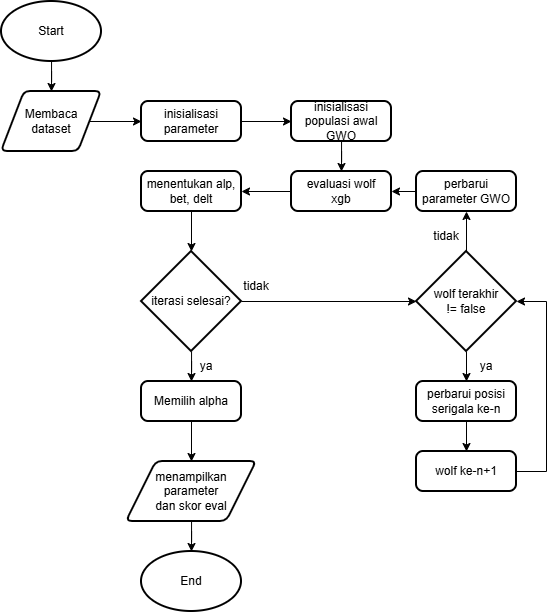
Above: flowchart/flowchart.png in Codex2142/GWO-Parameter-Optimization (draw.io), before the change. Source tidied: cells renumbered, new cells last; positions are measured from the earlier drawing's top-left corner, leaving out a move shared by most shapes.
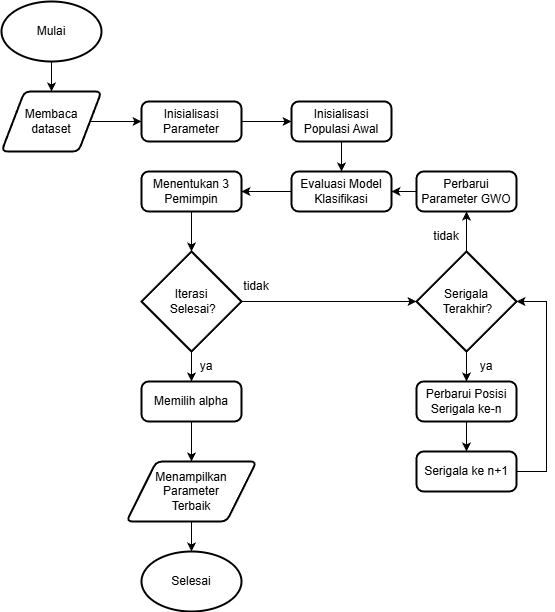
The same file after the commit.

Change to the diagram source:
```diff
@@ -5,7 +5,7 @@
     <mxCell id="2" style="edgeStyle=orthogonalEdgeStyle;rounded=0;jettySize=auto;html=1;entryX=0.5;entryY=0;entryDx=0;entryDy=0;" parent="1" edge="1" source="3" target="5">
       <mxGeometry relative="1" as="geometry" />
     </mxCell>
-    <mxCell id="3" value="Start" style="strokeWidth=2;html=1;shape=mxgraph.flowchart.start_1;whiteSpace=wrap;" parent="1" vertex="1">
+    <mxCell id="3" value="Mulai" style="strokeWidth=2;html=1;shape=mxgraph.flowchart.start_1;whiteSpace=wrap;" parent="1" vertex="1">
       <mxGeometry width="100" height="60" as="geometry" />
     </mxCell>
     <mxCell id="4" style="edgeStyle=orthogonalEdgeStyle;rounded=0;jettySize=auto;html=1;entryX=0;entryY=0.5;entryDx=0;entryDy=0;" parent="1" edge="1" source="5" target="7">
@@ -17,28 +17,28 @@
     <mxCell id="6" style="edgeStyle=orthogonalEdgeStyle;rounded=0;jettySize=auto;html=1;entryX=0;entryY=0.5;entryDx=0;entryDy=0;" parent="1" edge="1" source="7" target="9">
       <mxGeometry relative="1" as="geometry" />
     </mxCell>
-    <mxCell id="7" value="inisialisasi parameter" style="rounded=1;whiteSpace=wrap;html=1;absoluteArcSize=1;arcSize=14;strokeWidth=2;" parent="1" vertex="1">
+    <mxCell id="7" value="Inisialisasi Parameter" style="rounded=1;whiteSpace=wrap;html=1;absoluteArcSize=1;arcSize=14;strokeWidth=2;" parent="1" vertex="1">
       <mxGeometry x="140" y="100" width="100" height="40" as="geometry" />
     </mxCell>
     <mxCell id="8" style="edgeStyle=orthogonalEdgeStyle;rounded=0;jettySize=auto;html=1;entryX=0.5;entryY=0;entryDx=0;entryDy=0;" parent="1" edge="1" source="9" target="11">
       <mxGeometry relative="1" as="geometry" />
     </mxCell>
-    <mxCell id="9" value="inisialisasi populasi awal GWO" style="rounded=1;whiteSpace=wrap;html=1;absoluteArcSize=1;arcSize=14;strokeWidth=2;" parent="1" vertex="1">
+    <mxCell id="9" value="Inisialisasi Populasi Awal" style="rounded=1;whiteSpace=wrap;html=1;absoluteArcSize=1;arcSize=14;strokeWidth=2;" parent="1" vertex="1">
       <mxGeometry x="290" y="100" width="100" height="40" as="geometry" />
     </mxCell>
     <mxCell id="10" style="edgeStyle=orthogonalEdgeStyle;rounded=0;jettySize=auto;html=1;entryX=1;entryY=0.5;entryDx=0;entryDy=0;" parent="1" edge="1" source="11" target="12">
       <mxGeometry relative="1" as="geometry" />
     </mxCell>
-    <mxCell id="11" value="evaluasi wolf&lt;div&gt;xgb&lt;/div&gt;" style="rounded=1;whiteSpace=wrap;html=1;absoluteArcSize=1;arcSize=14;strokeWidth=2;" parent="1" vertex="1">
+    <mxCell id="11" value="Evaluasi Model Klasifikasi" style="rounded=1;whiteSpace=wrap;html=1;absoluteArcSize=1;arcSize=14;strokeWidth=2;" parent="1" vertex="1">
       <mxGeometry x="290" y="170" width="100" height="40" as="geometry" />
     </mxCell>
-    <mxCell id="12" value="menentukan alp, bet, delt" style="rounded=1;whiteSpace=wrap;html=1;absoluteArcSize=1;arcSize=14;strokeWidth=2;" parent="1" vertex="1">
+    <mxCell id="12" value="Menentukan 3 Pemimpin" style="rounded=1;whiteSpace=wrap;html=1;absoluteArcSize=1;arcSize=14;strokeWidth=2;" parent="1" vertex="1">
       <mxGeometry x="140" y="170" width="100" height="40" as="geometry" />
     </mxCell>
     <mxCell id="13" style="edgeStyle=orthogonalEdgeStyle;rounded=0;jettySize=auto;html=1;entryX=0.5;entryY=0;entryDx=0;entryDy=0;" parent="1" edge="1" source="14" target="17">
       <mxGeometry relative="1" as="geometry" />
     </mxCell>
-    <mxCell id="14" value="iterasi selesai?" style="strokeWidth=2;html=1;shape=mxgraph.flowchart.decision;whiteSpace=wrap;" parent="1" vertex="1">
+    <mxCell id="14" value="Iterasi&lt;div&gt;&amp;nbsp;Selesai?&lt;/div&gt;" style="strokeWidth=2;html=1;shape=mxgraph.flowchart.decision;whiteSpace=wrap;" parent="1" vertex="1">
       <mxGeometry x="140" y="250" width="100" height="100" as="geometry" />
     </mxCell>
     <mxCell id="15" style="edgeStyle=orthogonalEdgeStyle;rounded=0;jettySize=auto;html=1;entryX=0.5;entryY=0;entryDx=0;entryDy=0;entryPerimeter=0;" parent="1" edge="1" source="12" target="14">
@@ -50,7 +50,7 @@
     <mxCell id="17" value="Memilih alpha" style="rounded=1;whiteSpace=wrap;html=1;absoluteArcSize=1;arcSize=14;strokeWidth=2;" parent="1" vertex="1">
       <mxGeometry x="140" y="380" width="100" height="40" as="geometry" />
     </mxCell>
-    <mxCell id="18" value="menampilkan&lt;div&gt;parameter&lt;/div&gt;&lt;div&gt;dan skor eval&lt;/div&gt;" style="shape=parallelogram;html=1;strokeWidth=2;perimeter=parallelogramPerimeter;whiteSpace=wrap;rounded=1;arcSize=12;size=0.23;" parent="1" vertex="1">
+    <mxCell id="18" value="Menampilkan&lt;div&gt;Parameter&lt;/div&gt;&lt;div&gt;Terbaik&lt;/div&gt;" style="shape=parallelogram;html=1;strokeWidth=2;perimeter=parallelogramPerimeter;whiteSpace=wrap;rounded=1;arcSize=12;size=0.23;" parent="1" vertex="1">
       <mxGeometry x="125" y="460" width="130" height="60" as="geometry" />
     </mxCell>
     <mxCell id="19" style="edgeStyle=orthogonalEdgeStyle;rounded=0;jettySize=auto;html=1;entryX=0.5;entryY=0;entryDx=0;entryDy=0;" parent="1" edge="1" source="21" target="23">
@@ -59,25 +59,25 @@
     <mxCell id="20" style="edgeStyle=orthogonalEdgeStyle;rounded=0;jettySize=auto;html=1;entryX=0.5;entryY=1;entryDx=0;entryDy=0;" parent="1" edge="1" source="21" target="25">
       <mxGeometry relative="1" as="geometry" />
     </mxCell>
-    <mxCell id="21" value="wolf terakhir&lt;div&gt;!= false&lt;/div&gt;" style="strokeWidth=2;html=1;shape=mxgraph.flowchart.decision;whiteSpace=wrap;" parent="1" vertex="1">
+    <mxCell id="21" value="Serigala&lt;div&gt;&amp;nbsp;Terakhir?&lt;/div&gt;" style="strokeWidth=2;html=1;shape=mxgraph.flowchart.decision;whiteSpace=wrap;" parent="1" vertex="1">
       <mxGeometry x="415" y="250" width="100" height="100" as="geometry" />
     </mxCell>
     <mxCell id="22" style="edgeStyle=orthogonalEdgeStyle;rounded=0;jettySize=auto;html=1;entryX=0.5;entryY=0;entryDx=0;entryDy=0;" parent="1" edge="1" source="23" target="27">
       <mxGeometry relative="1" as="geometry" />
     </mxCell>
-    <mxCell id="23" value="perbarui posisi serigala ke-n" style="rounded=1;whiteSpace=wrap;html=1;absoluteArcSize=1;arcSize=14;strokeWidth=2;" parent="1" vertex="1">
+    <mxCell id="23" value="Perbarui Posisi&lt;div&gt;Serigala ke-n&lt;/div&gt;" style="rounded=1;whiteSpace=wrap;html=1;absoluteArcSize=1;arcSize=14;strokeWidth=2;" parent="1" vertex="1">
       <mxGeometry x="415" y="380" width="100" height="40" as="geometry" />
     </mxCell>
     <mxCell id="24" style="edgeStyle=orthogonalEdgeStyle;rounded=0;jettySize=auto;html=1;entryX=1;entryY=0.5;entryDx=0;entryDy=0;" parent="1" edge="1" source="25" target="11">
       <mxGeometry relative="1" as="geometry" />
     </mxCell>
-    <mxCell id="25" value="perbarui parameter GWO" style="rounded=1;whiteSpace=wrap;html=1;absoluteArcSize=1;arcSize=14;strokeWidth=2;" parent="1" vertex="1">
+    <mxCell id="25" value="Perbarui Parameter GWO" style="rounded=1;whiteSpace=wrap;html=1;absoluteArcSize=1;arcSize=14;strokeWidth=2;" parent="1" vertex="1">
       <mxGeometry x="415" y="170" width="100" height="40" as="geometry" />
     </mxCell>
     <mxCell id="26" style="edgeStyle=orthogonalEdgeStyle;rounded=0;jettySize=auto;html=1;entryX=0;entryY=0.5;entryDx=0;entryDy=0;entryPerimeter=0;" parent="1" edge="1" source="14" target="21">
       <mxGeometry relative="1" as="geometry" />
     </mxCell>
-    <mxCell id="27" value="wolf ke-n+1" style="rounded=1;whiteSpace=wrap;html=1;absoluteArcSize=1;arcSize=14;strokeWidth=2;" parent="1" vertex="1">
+    <mxCell id="27" value="Serigala ke n+1" style="rounded=1;whiteSpace=wrap;html=1;absoluteArcSize=1;arcSize=14;strokeWidth=2;" parent="1" vertex="1">
       <mxGeometry x="415" y="450" width="100" height="40" as="geometry" />
     </mxCell>
     <mxCell id="28" style="edgeStyle=orthogonalEdgeStyle;rounded=0;jettySize=auto;html=1;entryX=1;entryY=0.5;entryDx=0;entryDy=0;entryPerimeter=0;" parent="1" edge="1" source="27" target="21">
@@ -100,7 +100,7 @@
     <mxCell id="32" value="ya" style="text;html=1;whiteSpace=wrap;strokeColor=none;fillColor=none;align=center;verticalAlign=middle;rounded=0;" parent="1" vertex="1">
       <mxGeometry x="455" y="350" width="60" height="30" as="geometry" />
     </mxCell>
-    <mxCell id="33" value="End" style="strokeWidth=2;html=1;shape=mxgraph.flowchart.start_1;whiteSpace=wrap;" parent="1" vertex="1">
+    <mxCell id="33" value="Selesai" style="strokeWidth=2;html=1;shape=mxgraph.flowchart.start_1;whiteSpace=wrap;" parent="1" vertex="1">
       <mxGeometry x="140" y="550" width="100" height="60" as="geometry" />
     </mxCell>
     <mxCell id="34" style="edgeStyle=orthogonalEdgeStyle;rounded=0;jettySize=auto;html=1;entryX=0.5;entryY=0;entryDx=0;entryDy=0;entryPerimeter=0;" parent="1" edge="1" source="18" target="33">
```
